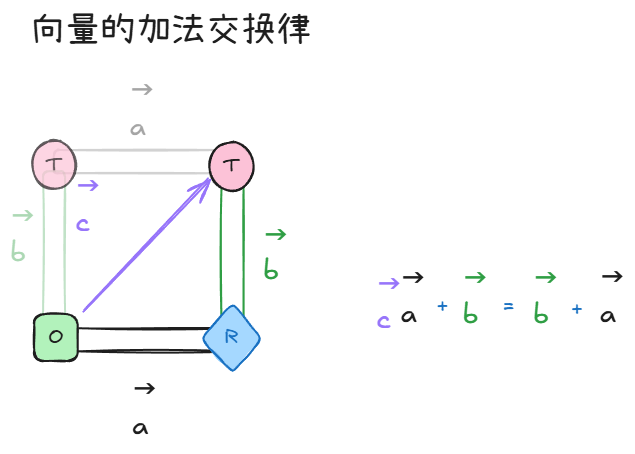
Above: LinearAlgebra/MathTheBeautiful/img/7.向量的加法.excalidraw.png in linzhangdaren/AI_Learning (Excalidraw), before the change. Source tidied: one line per element, renumbered; positions are measured from the earlier drawing's top-left corner, leaving out a move shared by most shapes. Its diagram source:
```json
{"id": 0, "type": "rectangle", "strokeColor": "#1e1e1e", "strokeWidth": 2, "roughness": 1, "opacity": 20, "round": true, "x": 44, "y": 140, "width": 174, "height": 23}
{"id": 1, "type": "rectangle", "strokeColor": "#2f9e44", "strokeWidth": 2, "roughness": 1, "opacity": 30, "round": true, "x": 33, "y": 161, "width": 22, "height": 146}
{"id": 2, "type": "rectangle", "strokeColor": "#1e1e1e", "strokeWidth": 2, "roughness": 1, "round": true, "x": 61, "y": 318, "width": 174, "height": 23}
{"id": 3, "type": "rectangle", "strokeColor": "#2f9e44", "strokeWidth": 2, "roughness": 1, "round": true, "x": 211, "y": 173, "width": 22, "height": 146}
{"id": 4, "type": "ellipse", "strokeColor": "#1e1e1e", "backgroundColor": "#fcc2d7", "fillStyle": "solid", "strokeWidth": 2, "roughness": 1, "round": true, "x": 199, "y": 132, "width": 44, "height": 49}
{"id": 5, "type": "text", "text": "T", "strokeColor": "#1e1e1e", "strokeWidth": 2, "roughness": 1, "fontSize": 20, "fontFamily": 5, "textAlign": "center", "verticalAlign": "middle", "inside": 4, "x": 213, "y": 144, "width": 17, "height": 25}
{"id": 6, "type": "rectangle", "strokeColor": "#1e1e1e", "backgroundColor": "#b2f2bb", "fillStyle": "solid", "strokeWidth": 2, "roughness": 1, "round": true, "x": 24, "y": 304, "width": 43, "height": 47}
{"id": 7, "type": "text", "text": "O", "strokeColor": "#1e1e1e", "strokeWidth": 2, "roughness": 1, "fontSize": 20, "fontFamily": 5, "textAlign": "center", "verticalAlign": "middle", "inside": 6, "x": 38, "y": 315, "width": 15, "height": 25}
{"id": 8, "type": "arrow", "strokeColor": "#9775fa", "strokeWidth": 2, "roughness": 1, "endArrowhead": "arrow", "round": true, "from": 6, "to": 4, "x": 73, "y": 301, "width": 126, "height": 132, "points": [[0, 0], [126, -132]]}
{"id": 9, "type": "diamond", "strokeColor": "#1971c2", "backgroundColor": "#a5d8ff", "fillStyle": "solid", "strokeWidth": 2, "roughness": 1, "round": true, "x": 191, "y": 293, "width": 61, "height": 70}
{"id": 10, "type": "text", "text": "R", "strokeColor": "#1971c2", "strokeWidth": 2, "roughness": 1, "fontSize": 20, "fontFamily": 5, "textAlign": "center", "verticalAlign": "middle", "inside": 9, "x": 214, "y": 315, "width": 15, "height": 25}
{"id": 11, "type": "text", "text": "→\na", "strokeColor": "#1e1e1e", "backgroundColor": "#fcc2d7", "fillStyle": "solid", "strokeWidth": 2, "roughness": 1, "fontSize": 29.33, "fontFamily": 5, "x": 122, "y": 362, "width": 26, "height": 73}
{"id": 12, "type": "text", "text": "→\nb", "strokeColor": "#2f9e44", "backgroundColor": "#fcc2d7", "fillStyle": "solid", "strokeWidth": 2, "roughness": 1, "fontSize": 29.33, "fontFamily": 5, "x": 253, "y": 207, "width": 26, "height": 73}
{"id": 13, "type": "text", "text": "向量的加法交换律", "strokeColor": "#1e1e1e", "strokeWidth": 2, "roughness": 1, "fontSize": 35.12, "fontFamily": 5, "x": 20, "y": 0, "width": 281, "height": 44}
{"id": 14, "type": "ellipse", "strokeColor": "#1e1e1e", "backgroundColor": "#fcc2d7", "fillStyle": "solid", "strokeWidth": 2, "roughness": 1, "opacity": 70, "round": true, "x": 22, "y": 130, "width": 44, "height": 49}
{"id": 15, "type": "text", "text": "T", "strokeColor": "#1e1e1e", "strokeWidth": 2, "roughness": 1, "opacity": 70, "fontSize": 20, "fontFamily": 5, "textAlign": "center", "verticalAlign": "middle", "inside": 14, "x": 35, "y": 142, "width": 17, "height": 25}
{"id": 16, "type": "text", "text": "→\na", "strokeColor": "#1e1e1e", "backgroundColor": "#fcc2d7", "fillStyle": "solid", "strokeWidth": 2, "roughness": 1, "opacity": 40, "fontSize": 29.33, "fontFamily": 5, "x": 119, "y": 62, "width": 26, "height": 73}
{"id": 17, "type": "text", "text": "→\nb", "strokeColor": "#2f9e44", "backgroundColor": "#fcc2d7", "fillStyle": "solid", "strokeWidth": 2, "roughness": 1, "opacity": 40, "fontSize": 29.33, "fontFamily": 5, "x": 0, "y": 189, "width": 26, "height": 73}
{"id": 18, "type": "text", "text": "=", "strokeColor": "#1971c2", "backgroundColor": "#fcc2d7", "fillStyle": "solid", "strokeWidth": 2, "roughness": 1, "fontSize": 20, "fontFamily": 5, "x": 493, "y": 284, "width": 11, "height": 25}
{"id": 19, "type": "text", "text": "+", "strokeColor": "#1971c2", "backgroundColor": "#fcc2d7", "fillStyle": "solid", "strokeWidth": 2, "roughness": 1, "fontSize": 20, "fontFamily": 5, "x": 427, "y": 284, "width": 11, "height": 25}
{"id": 20, "type": "text", "text": "→\na", "strokeColor": "#1e1e1e", "backgroundColor": "#fcc2d7", "fillStyle": "solid", "strokeWidth": 2, "roughness": 1, "fontSize": 29.33, "fontFamily": 5, "x": 390, "y": 250, "width": 26, "height": 73}
{"id": 21, "type": "text", "text": "→\nb", "strokeColor": "#2f9e44", "backgroundColor": "#fcc2d7", "fillStyle": "solid", "strokeWidth": 2, "roughness": 1, "fontSize": 29.33, "fontFamily": 5, "x": 452, "y": 250, "width": 26, "height": 73}
{"id": 22, "type": "text", "text": "+", "strokeColor": "#1971c2", "backgroundColor": "#fcc2d7", "fillStyle": "solid", "strokeWidth": 2, "roughness": 1, "fontSize": 20, "fontFamily": 5, "x": 562, "y": 288, "width": 11, "height": 25}
{"id": 23, "type": "text", "text": "→\na", "strokeColor": "#1e1e1e", "backgroundColor": "#fcc2d7", "fillStyle": "solid", "strokeWidth": 2, "roughness": 1, "fontSize": 29.33, "fontFamily": 5, "x": 590, "y": 249, "width": 26, "height": 73}
{"id": 24, "type": "text", "text": "→\nb", "strokeColor": "#2f9e44", "backgroundColor": "#fcc2d7", "fillStyle": "solid", "strokeWidth": 2, "roughness": 1, "fontSize": 29.33, "fontFamily": 5, "x": 523, "y": 250, "width": 26, "height": 73}
```
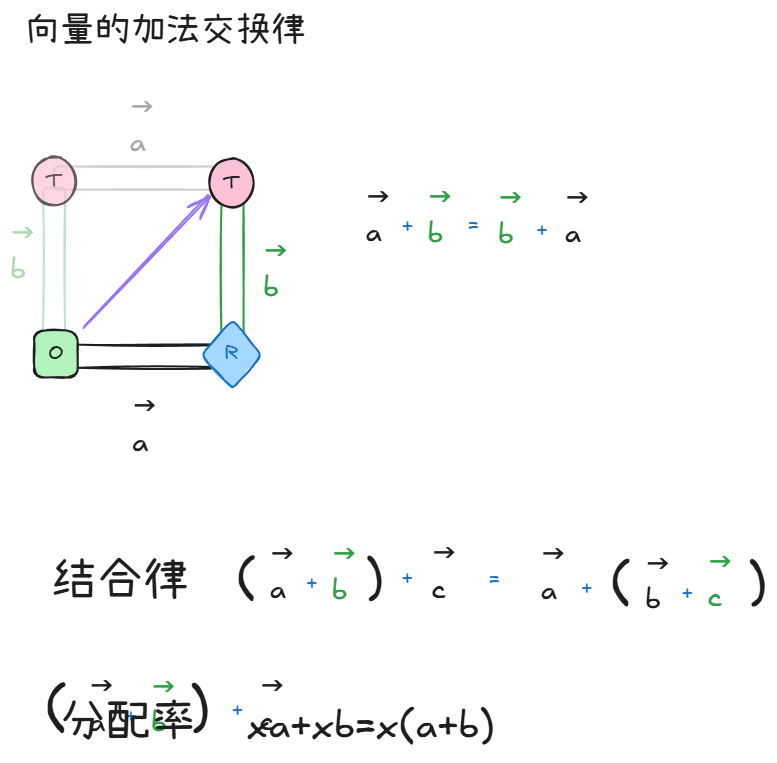
The same diagram one commit later.

Diff of the diagram source:
```diff
@@ -11,15 +11,31 @@
 {"id": 10, "type": "text", "text": "R", "strokeColor": "#1971c2", "strokeWidth": 2, "roughness": 1, "fontSize": 20, "fontFamily": 5, "textAlign": "center", "verticalAlign": "middle", "inside": 9, "x": 214, "y": 315, "width": 15, "height": 25}
 {"id": 11, "type": "text", "text": "→\na", "strokeColor": "#1e1e1e", "backgroundColor": "#fcc2d7", "fillStyle": "solid", "strokeWidth": 2, "roughness": 1, "fontSize": 29.33, "fontFamily": 5, "x": 122, "y": 362, "width": 26, "height": 73}
 {"id": 12, "type": "text", "text": "→\nb", "strokeColor": "#2f9e44", "backgroundColor": "#fcc2d7", "fillStyle": "solid", "strokeWidth": 2, "roughness": 1, "fontSize": 29.33, "fontFamily": 5, "x": 253, "y": 207, "width": 26, "height": 73}
-{"id": 13, "type": "text", "text": "向量的加法交换律", "strokeColor": "#1e1e1e", "strokeWidth": 2, "roughness": 1, "fontSize": 35.12, "fontFamily": 5, "x": 20, "y": 0, "width": 281, "height": 44}
+{"id": 13, "type": "text", "text": "向量的加法交换律", "strokeColor": "#1e1e1e", "strokeWidth": 2, "roughness": 1, "fontSize": 35.12, "fontFamily": 5, "x": 15, "y": -16, "width": 281, "height": 44}
 {"id": 14, "type": "ellipse", "strokeColor": "#1e1e1e", "backgroundColor": "#fcc2d7", "fillStyle": "solid", "strokeWidth": 2, "roughness": 1, "opacity": 70, "round": true, "x": 22, "y": 130, "width": 44, "height": 49}
 {"id": 15, "type": "text", "text": "T", "strokeColor": "#1e1e1e", "strokeWidth": 2, "roughness": 1, "opacity": 70, "fontSize": 20, "fontFamily": 5, "textAlign": "center", "verticalAlign": "middle", "inside": 14, "x": 35, "y": 142, "width": 17, "height": 25}
 {"id": 16, "type": "text", "text": "→\na", "strokeColor": "#1e1e1e", "backgroundColor": "#fcc2d7", "fillStyle": "solid", "strokeWidth": 2, "roughness": 1, "opacity": 40, "fontSize": 29.33, "fontFamily": 5, "x": 119, "y": 62, "width": 26, "height": 73}
 {"id": 17, "type": "text", "text": "→\nb", "strokeColor": "#2f9e44", "backgroundColor": "#fcc2d7", "fillStyle": "solid", "strokeWidth": 2, "roughness": 1, "opacity": 40, "fontSize": 29.33, "fontFamily": 5, "x": 0, "y": 189, "width": 26, "height": 73}
-{"id": 18, "type": "text", "text": "=", "strokeColor": "#1971c2", "backgroundColor": "#fcc2d7", "fillStyle": "solid", "strokeWidth": 2, "roughness": 1, "fontSize": 20, "fontFamily": 5, "x": 493, "y": 284, "width": 11, "height": 25}
+{"id": 18, "type": "text", "text": "=", "strokeColor": "#1971c2", "backgroundColor": "#fcc2d7", "fillStyle": "solid", "strokeWidth": 2, "roughness": 1, "fontSize": 20, "fontFamily": 5, "x": 458, "y": 187, "width": 11, "height": 25}
-{"id": 19, "type": "text", "text": "+", "strokeColor": "#1971c2", "backgroundColor": "#fcc2d7", "fillStyle": "solid", "strokeWidth": 2, "roughness": 1, "fontSize": 20, "fontFamily": 5, "x": 427, "y": 284, "width": 11, "height": 25}
+{"id": 19, "type": "text", "text": "+", "strokeColor": "#1971c2", "backgroundColor": "#fcc2d7", "fillStyle": "solid", "strokeWidth": 2, "roughness": 1, "fontSize": 20, "fontFamily": 5, "x": 392, "y": 188, "width": 11, "height": 25}
-{"id": 20, "type": "text", "text": "→\na", "strokeColor": "#1e1e1e", "backgroundColor": "#fcc2d7", "fillStyle": "solid", "strokeWidth": 2, "roughness": 1, "fontSize": 29.33, "fontFamily": 5, "x": 390, "y": 250, "width": 26, "height": 73}
+{"id": 20, "type": "text", "text": "→\na", "strokeColor": "#1e1e1e", "backgroundColor": "#fcc2d7", "fillStyle": "solid", "strokeWidth": 2, "roughness": 1, "fontSize": 29.33, "fontFamily": 5, "x": 355, "y": 152, "width": 26, "height": 73}
-{"id": 21, "type": "text", "text": "→\nb", "strokeColor": "#2f9e44", "backgroundColor": "#fcc2d7", "fillStyle": "solid", "strokeWidth": 2, "roughness": 1, "fontSize": 29.33, "fontFamily": 5, "x": 452, "y": 250, "width": 26, "height": 73}
+{"id": 21, "type": "text", "text": "→\nb", "strokeColor": "#2f9e44", "backgroundColor": "#fcc2d7", "fillStyle": "solid", "strokeWidth": 2, "roughness": 1, "fontSize": 29.33, "fontFamily": 5, "x": 417, "y": 153, "width": 26, "height": 73}
-{"id": 22, "type": "text", "text": "+", "strokeColor": "#1971c2", "backgroundColor": "#fcc2d7", "fillStyle": "solid", "strokeWidth": 2, "roughness": 1, "fontSize": 20, "fontFamily": 5, "x": 562, "y": 288, "width": 11, "height": 25}
+{"id": 22, "type": "text", "text": "+", "strokeColor": "#1971c2", "backgroundColor": "#fcc2d7", "fillStyle": "solid", "strokeWidth": 2, "roughness": 1, "fontSize": 20, "fontFamily": 5, "x": 526, "y": 192, "width": 11, "height": 25}
-{"id": 23, "type": "text", "text": "→\na", "strokeColor": "#1e1e1e", "backgroundColor": "#fcc2d7", "fillStyle": "solid", "strokeWidth": 2, "roughness": 1, "fontSize": 29.33, "fontFamily": 5, "x": 590, "y": 249, "width": 26, "height": 73}
+{"id": 23, "type": "text", "text": "→\na", "strokeColor": "#1e1e1e", "backgroundColor": "#fcc2d7", "fillStyle": "solid", "strokeWidth": 2, "roughness": 1, "fontSize": 29.33, "fontFamily": 5, "x": 554, "y": 153, "width": 26, "height": 73}
-{"id": 24, "type": "text", "text": "→\nb", "strokeColor": "#2f9e44", "backgroundColor": "#fcc2d7", "fillStyle": "solid", "strokeWidth": 2, "roughness": 1, "fontSize": 29.33, "fontFamily": 5, "x": 523, "y": 250, "width": 26, "height": 73}
+{"id": 24, "type": "text", "text": "→\nb", "strokeColor": "#2f9e44", "backgroundColor": "#fcc2d7", "fillStyle": "solid", "strokeWidth": 2, "roughness": 1, "fontSize": 29.33, "fontFamily": 5, "x": 488, "y": 154, "width": 26, "height": 73}
+{"id": 25, "type": "text", "text": "+", "strokeColor": "#1971c2", "backgroundColor": "#fcc2d7", "fillStyle": "solid", "strokeWidth": 2, "roughness": 1, "fontSize": 20, "fontFamily": 5, "x": 296, "y": 545, "width": 11, "height": 25}
+{"id": 26, "type": "text", "text": "→\na", "strokeColor": "#1e1e1e", "backgroundColor": "#fcc2d7", "fillStyle": "solid", "strokeWidth": 2, "roughness": 1, "fontSize": 29.33, "fontFamily": 5, "x": 259, "y": 509, "width": 26, "height": 73}
+{"id": 27, "type": "text", "text": "→\nb", "strokeColor": "#2f9e44", "backgroundColor": "#fcc2d7", "fillStyle": "solid", "strokeWidth": 2, "roughness": 1, "fontSize": 29.33, "fontFamily": 5, "x": 321, "y": 510, "width": 26, "height": 73}
+{"id": 28, "type": "text", "text": "结合律", "strokeColor": "#1e1e1e", "strokeWidth": 2, "roughness": 1, "fontSize": 45.89, "fontFamily": 5, "x": 41, "y": 528, "width": 138, "height": 57}
+{"id": 29, "type": "text", "text": "(      )", "strokeColor": "#1e1e1e", "strokeWidth": 2, "roughness": 1, "fontSize": 45.51, "fontFamily": 5, "x": 226, "y": 525, "width": 148, "height": 57}
+{"id": 30, "type": "text", "text": "+", "strokeColor": "#1971c2", "backgroundColor": "#fcc2d7", "fillStyle": "solid", "strokeWidth": 2, "roughness": 1, "fontSize": 20, "fontFamily": 5, "x": 392, "y": 540, "width": 11, "height": 25}
+{"id": 31, "type": "text", "text": "→\nc", "strokeColor": "#1e1e1e", "backgroundColor": "#fcc2d7", "fillStyle": "solid", "strokeWidth": 2, "roughness": 1, "fontSize": 29.33, "fontFamily": 5, "x": 421, "y": 509, "width": 26, "height": 73}
+{"id": 32, "type": "text", "text": "=", "strokeColor": "#1971c2", "backgroundColor": "#fcc2d7", "fillStyle": "solid", "strokeWidth": 2, "roughness": 1, "fontSize": 20, "fontFamily": 5, "x": 479, "y": 541, "width": 11, "height": 25}
+{"id": 33, "type": "text", "text": "+", "strokeColor": "#1971c2", "backgroundColor": "#fcc2d7", "fillStyle": "solid", "strokeWidth": 2, "roughness": 1, "fontSize": 20, "fontFamily": 5, "x": 672, "y": 555, "width": 11, "height": 25}
+{"id": 34, "type": "text", "text": "→\nb", "strokeColor": "#1e1e1e", "backgroundColor": "#fcc2d7", "fillStyle": "solid", "strokeWidth": 2, "roughness": 1, "fontSize": 29.33, "fontFamily": 5, "x": 635, "y": 520, "width": 26, "height": 73}
+{"id": 35, "type": "text", "text": "→\nc", "strokeColor": "#2f9e44", "backgroundColor": "#fcc2d7", "fillStyle": "solid", "strokeWidth": 2, "roughness": 1, "fontSize": 29.33, "fontFamily": 5, "x": 697, "y": 517, "width": 26, "height": 73}
+{"id": 36, "type": "text", "text": "(      )", "strokeColor": "#1e1e1e", "strokeWidth": 2, "roughness": 1, "fontSize": 48.42, "fontFamily": 5, "x": 600, "y": 528, "width": 157, "height": 61}
+{"id": 37, "type": "text", "text": "+", "strokeColor": "#1971c2", "backgroundColor": "#fcc2d7", "fillStyle": "solid", "strokeWidth": 2, "roughness": 1, "fontSize": 20, "fontFamily": 5, "x": 571, "y": 550, "width": 11, "height": 25}
+{"id": 38, "type": "text", "text": "→\na", "strokeColor": "#1e1e1e", "backgroundColor": "#fcc2d7", "fillStyle": "solid", "strokeWidth": 2, "roughness": 1, "fontSize": 29.33, "fontFamily": 5, "x": 530, "y": 510, "width": 26, "height": 73}
+{"id": 39, "type": "text", "text": "分配率", "strokeColor": "#1e1e1e", "strokeWidth": 2, "roughness": 1, "fontSize": 45.89, "fontFamily": 5, "x": 49, "y": 669, "width": 138, "height": 57}
+{"id": 40, "type": "text", "text": "xa+xb=x(a+b)", "strokeColor": "#1e1e1e", "strokeWidth": 2, "roughness": 1, "fontSize": 38.12, "fontFamily": 5, "x": 237, "y": 677, "width": 248, "height": 48}
```
